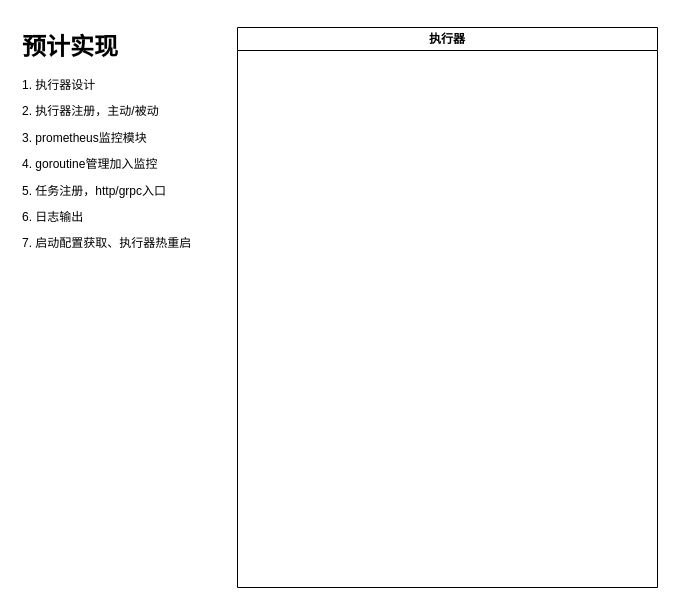
inoth/cronsvc keeps this draw.io diagram as design.dio. Above is the earlier version. Source tidied: cells renumbered, new cells numbered last; positions are measured from the earlier drawing's top-left corner, leaving out a move shared by most shapes. Both pictures are drawn from the tidied source at 100%, with x=0, y=0 at pixel (17, 27).
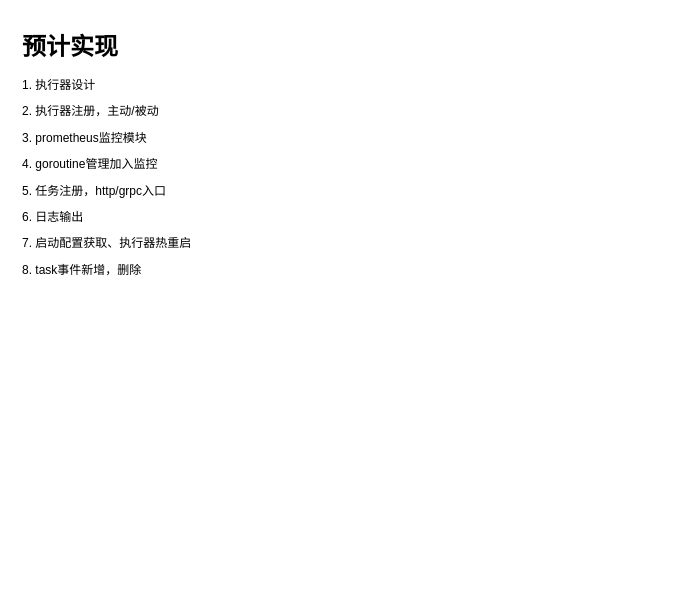
After the change.

Diff of the diagram source:
```diff
@@
 <mxGraphModel>
   <root>
     <mxCell id="0" />
     <mxCell id="1" parent="0" />
-    <mxCell id="2" value="&lt;h1&gt;预计实现&lt;/h1&gt;&lt;p&gt;1. 执行器设计&amp;nbsp;&lt;/p&gt;&lt;p&gt;&lt;span style=&quot;background-color: initial;&quot;&gt;2. 执行器注册，主动/被动&lt;/span&gt;&lt;/p&gt;&lt;p&gt;&lt;span style=&quot;background-color: initial;&quot;&gt;3. prometheus监控模块&lt;/span&gt;&lt;/p&gt;&lt;p&gt;&lt;span style=&quot;background-color: initial;&quot;&gt;4. goroutine管理加入监控&lt;/span&gt;&lt;/p&gt;&lt;p&gt;&lt;span style=&quot;background-color: initial;&quot;&gt;5. 任务注册，http/grpc入口&lt;/span&gt;&lt;/p&gt;&lt;p&gt;&lt;span style=&quot;background-color: initial;&quot;&gt;6. 日志输出&lt;/span&gt;&lt;/p&gt;&lt;p&gt;&lt;span style=&quot;background-color: initial;&quot;&gt;7. 启动配置获取、执行器热重启&lt;/span&gt;&lt;/p&gt;" style="text;html=1;strokeColor=none;fillColor=none;spacing=5;spacingTop=-20;whiteSpace=wrap;overflow=hidden;rounded=0;" parent="1" vertex="1">
-      <mxGeometry width="200" height="230" as="geometry" />
+    <mxCell id="2" value="&lt;h1&gt;预计实现&lt;/h1&gt;&lt;p&gt;1. 执行器设计&amp;nbsp;&lt;/p&gt;&lt;p&gt;&lt;span style=&quot;background-color: initial;&quot;&gt;2. 执行器注册，主动/被动&lt;/span&gt;&lt;/p&gt;&lt;p&gt;&lt;span style=&quot;background-color: initial;&quot;&gt;3. prometheus监控模块&lt;/span&gt;&lt;/p&gt;&lt;p&gt;&lt;span style=&quot;background-color: initial;&quot;&gt;4. goroutine管理加入监控&lt;/span&gt;&lt;/p&gt;&lt;p&gt;&lt;span style=&quot;background-color: initial;&quot;&gt;5. 任务注册，http/grpc入口&lt;/span&gt;&lt;/p&gt;&lt;p&gt;&lt;span style=&quot;background-color: initial;&quot;&gt;6. 日志输出&lt;/span&gt;&lt;/p&gt;&lt;p&gt;&lt;span style=&quot;background-color: initial;&quot;&gt;7. 启动配置获取、执行器热重启&lt;/span&gt;&lt;/p&gt;&lt;p&gt;&lt;span style=&quot;background-color: initial;&quot;&gt;8. task事件新增，删除&lt;/span&gt;&lt;/p&gt;" style="text;html=1;strokeColor=none;fillColor=none;spacing=5;spacingTop=-20;whiteSpace=wrap;overflow=hidden;rounded=0;" parent="1" vertex="1">
+      <mxGeometry width="200" height="460" as="geometry" />
     </mxCell>
-    <mxCell id="3" value="执行器" style="swimlane;whiteSpace=wrap;html=1;" parent="1" vertex="1">
-      <mxGeometry x="220" width="420" height="560" as="geometry" />
-    </mxCell>
   </root>
 </mxGraphModel>
```
